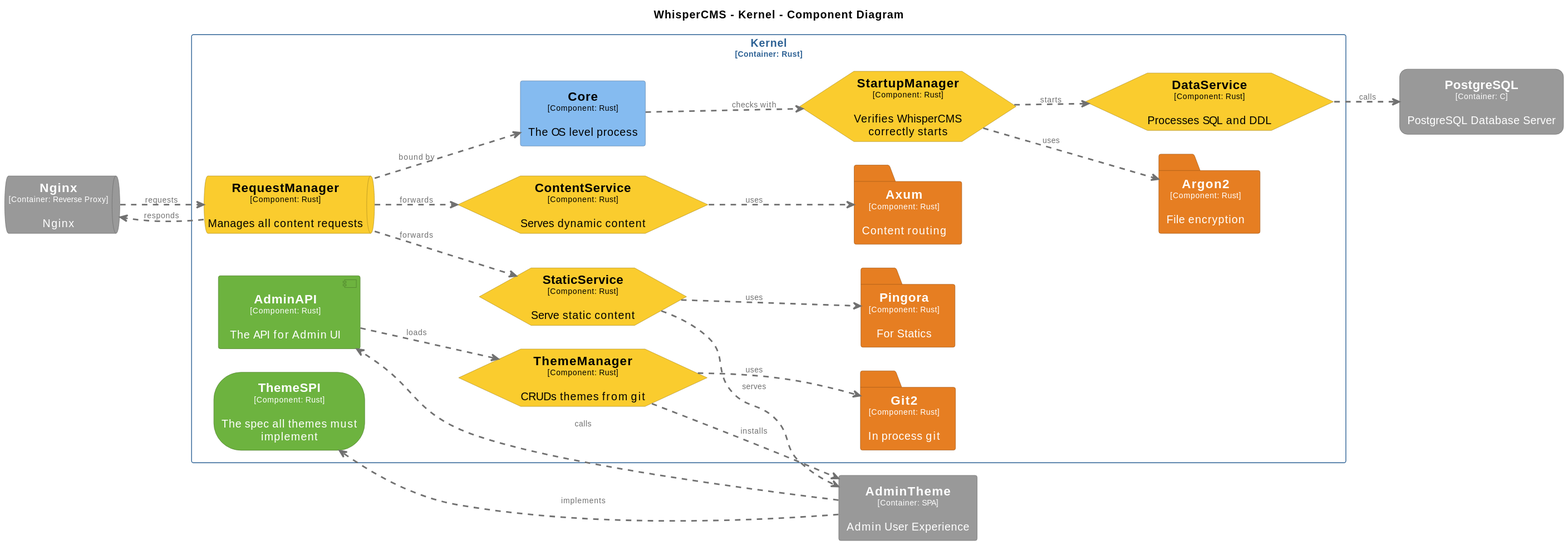
The PlantUML diagram docs/diagrams/structurizr-WhisperCMS-Component-Kernel.svg in CoderByBlood/whisper-cms, before a commit.
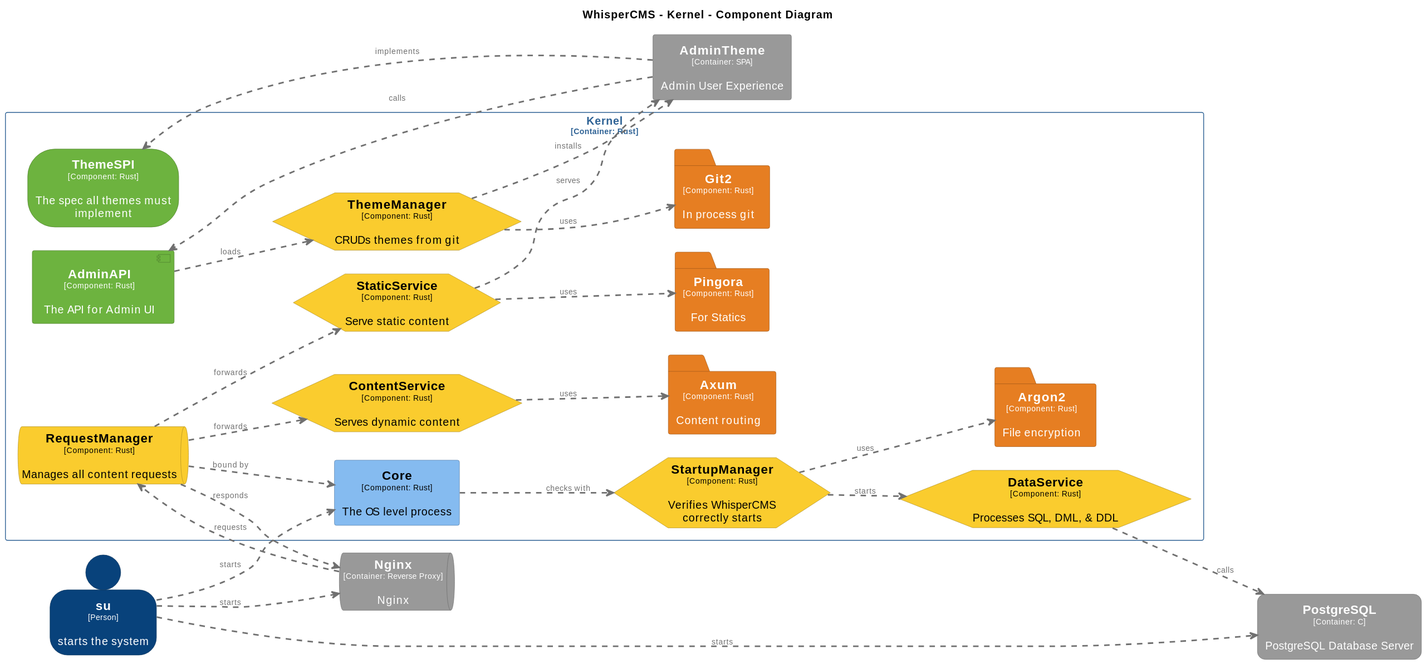
The same diagram one commit later.

The edit, as a diff of the source:
```diff
@@ -112,17 +112,25 @@
   BorderColor #4c7d2c
   shadowing false
 }
+skinparam person<<su>> {
+  BackgroundColor #08427b
+  FontColor #ffffff
+  BorderColor #052e56
+  shadowing false
+}
 skinparam rectangle<<WhisperCMS.Kernel>> {
   BorderColor #2e6295
   FontColor #2e6295
   shadowing false
 }
 
+person "==su\n<size:10>[Person]</size>\n\nstarts the system" <<su>> as su
 rectangle "==AdminTheme\n<size:10>[Container: SPA]</size>\n\nAdmin User Experience" <<WhisperCMS.AdminTheme>> as WhisperCMS.AdminTheme
 queue "==Nginx\n<size:10>[Container: Reverse Proxy]</size>\n\nNginx" <<WhisperCMS.Nginx>> as WhisperCMS.Nginx
 rectangle "==PostgreSQL\n<size:10>[Container: C]</size>\n\nPostgreSQL Database Server" <<WhisperCMS.PostgreSQL>> as WhisperCMS.PostgreSQL
 
 rectangle "Kernel\n<size:10>[Container: Rust]</size>" <<WhisperCMS.Kernel>> {
+  hexagon "==DataService\n<size:10>[Component: Rust]</size>\n\nProcesses SQL, DML, & DDL" <<WhisperCMS.Kernel.DataService>> as WhisperCMS.Kernel.DataService
   hexagon "==StartupManager\n<size:10>[Component: Rust]</size>\n\nVerifies WhisperCMS correctly starts" <<WhisperCMS.Kernel.StartupManager>> as WhisperCMS.Kernel.StartupManager
   queue "==RequestManager\n<size:10>[Component: Rust]</size>\n\nManages all content requests" <<WhisperCMS.Kernel.RequestManager>> as WhisperCMS.Kernel.RequestManager
   hexagon "==ThemeManager\n<size:10>[Component: Rust]</size>\n\nCRUDs themes from git" <<WhisperCMS.Kernel.ThemeManager>> as WhisperCMS.Kernel.ThemeManager
@@ -135,9 +143,9 @@
   component "==AdminAPI\n<size:10>[Component: Rust]</size>\n\nThe API for Admin UI" <<WhisperCMS.Kernel.AdminAPI>> as WhisperCMS.Kernel.AdminAPI
   hexagon "==StaticService\n<size:10>[Component: Rust]</size>\n\nServe static content" <<WhisperCMS.Kernel.StaticService>> as WhisperCMS.Kernel.StaticService
   hexagon "==ContentService\n<size:10>[Component: Rust]</size>\n\nServes dynamic content" <<WhisperCMS.Kernel.ContentService>> as WhisperCMS.Kernel.ContentService
-  hexagon "==DataService\n<size:10>[Component: Rust]</size>\n\nProcesses SQL and DDL" <<WhisperCMS.Kernel.DataService>> as WhisperCMS.Kernel.DataService
 }
 
+su .[#707070,thickness=2].> WhisperCMS.Kernel.Core : "<color:#707070>starts"
 WhisperCMS.Kernel.Core .[#707070,thickness=2].> WhisperCMS.Kernel.StartupManager : "<color:#707070>checks with"
 WhisperCMS.Kernel.StartupManager .[#707070,thickness=2].> WhisperCMS.Kernel.DataService : "<color:#707070>starts"
 WhisperCMS.Kernel.StartupManager .[#707070,thickness=2].> WhisperCMS.Kernel.Argon2 : "<color:#707070>uses"
@@ -152,7 +160,9 @@
 WhisperCMS.AdminTheme .[#707070,thickness=2].> WhisperCMS.Kernel.AdminAPI : "<color:#707070>calls"
 WhisperCMS.Kernel.StaticService .[#707070,thickness=2].> WhisperCMS.AdminTheme : "<color:#707070>serves"
 WhisperCMS.Kernel.ThemeManager .[#707070,thickness=2].> WhisperCMS.AdminTheme : "<color:#707070>installs"
+su .[#707070,thickness=2].> WhisperCMS.Nginx : "<color:#707070>starts"
 WhisperCMS.Nginx .[#707070,thickness=2].> WhisperCMS.Kernel.RequestManager : "<color:#707070>requests"
 WhisperCMS.Kernel.RequestManager .[#707070,thickness=2].> WhisperCMS.Nginx : "<color:#707070>responds"
+su .[#707070,thickness=2].> WhisperCMS.PostgreSQL : "<color:#707070>starts"
 WhisperCMS.Kernel.DataService .[#707070,thickness=2].> WhisperCMS.PostgreSQL : "<color:#707070>calls"
 @enduml
```
